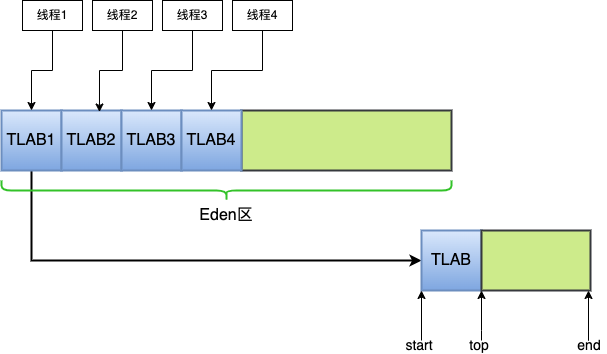
Above: java/jvm/JVM创建对象 - TLAB内部结构.drawio.png in lihongyiyi/tech-visuals (draw.io), before the change. Source tidied: cells renumbered, new cells last; positions are measured from the earlier drawing's top-left corner, leaving out a move shared by most shapes. Source of this version:
```xml
<mxGraphModel>
  <root>
    <mxCell id="0" />
    <mxCell id="1" parent="0" />
    <mxCell id="2" style="edgeStyle=orthogonalEdgeStyle;rounded=0;jettySize=auto;html=1;entryX=0;entryY=0.5;entryDx=0;entryDy=0;strokeWidth=2;" parent="1" edge="1" source="3" target="16">
      <mxGeometry relative="1" as="geometry">
        <Array as="points">
          <mxPoint x="30" y="260" />
        </Array>
      </mxGeometry>
    </mxCell>
    <mxCell id="3" value="&lt;font style=&quot;font-size: 16px;&quot;&gt;TLAB1&lt;/font&gt;" style="rounded=0;whiteSpace=wrap;html=1;fillColor=#dae8fc;strokeColor=#6c8ebf;strokeWidth=2;gradientColor=#7ea6e0;" parent="1" vertex="1">
      <mxGeometry y="110" width="60" height="60" as="geometry" />
    </mxCell>
    <mxCell id="4" value="&lt;font style=&quot;font-size: 16px;&quot;&gt;TLAB2&lt;/font&gt;" style="rounded=0;whiteSpace=wrap;html=1;fillColor=#dae8fc;strokeColor=#6c8ebf;strokeWidth=2;gradientColor=#7ea6e0;" parent="1" vertex="1">
      <mxGeometry x="60" y="110" width="60" height="60" as="geometry" />
    </mxCell>
    <mxCell id="5" style="rounded=0;whiteSpace=wrap;html=1;fillColor=#cdeb8b;strokeColor=#36393d;strokeWidth=2;" parent="1" vertex="1">
      <mxGeometry x="240" y="110" width="210" height="60" as="geometry" />
    </mxCell>
    <mxCell id="6" value="&lt;font style=&quot;font-size: 16px;&quot;&gt;TLAB3&lt;/font&gt;" style="rounded=0;whiteSpace=wrap;html=1;fillColor=#dae8fc;strokeColor=#6c8ebf;strokeWidth=2;gradientColor=#7ea6e0;" parent="1" vertex="1">
      <mxGeometry x="120" y="110" width="60" height="60" as="geometry" />
    </mxCell>
    <mxCell id="7" value="&lt;font style=&quot;font-size: 16px;&quot;&gt;TLAB4&lt;/font&gt;" style="rounded=0;whiteSpace=wrap;html=1;fillColor=#dae8fc;strokeColor=#6c8ebf;strokeWidth=2;gradientColor=#7ea6e0;" parent="1" vertex="1">
      <mxGeometry x="180" y="110" width="60" height="60" as="geometry" />
    </mxCell>
    <mxCell id="8" style="edgeStyle=orthogonalEdgeStyle;rounded=0;jettySize=auto;html=1;exitX=0.5;exitY=1;exitDx=0;exitDy=0;" parent="1" edge="1" source="9">
      <mxGeometry relative="1" as="geometry">
        <mxPoint x="30" y="110" as="targetPoint" />
        <Array as="points">
          <mxPoint x="51" y="70" />
          <mxPoint x="30" y="70" />
        </Array>
      </mxGeometry>
    </mxCell>
    <mxCell id="9" value="线程1" style="rounded=0;whiteSpace=wrap;html=1;" parent="1" vertex="1">
      <mxGeometry x="21" width="60" height="30" as="geometry" />
    </mxCell>
    <mxCell id="10" style="edgeStyle=orthogonalEdgeStyle;rounded=0;jettySize=auto;html=1;entryX=0.633;entryY=0.025;entryDx=0;entryDy=0;entryPerimeter=0;" parent="1" edge="1" source="11" target="4">
      <mxGeometry relative="1" as="geometry" />
    </mxCell>
    <mxCell id="11" value="线程2" style="rounded=0;whiteSpace=wrap;html=1;" parent="1" vertex="1">
      <mxGeometry x="91" width="60" height="30" as="geometry" />
    </mxCell>
    <mxCell id="12" style="edgeStyle=orthogonalEdgeStyle;rounded=0;jettySize=auto;html=1;entryX=0.5;entryY=0;entryDx=0;entryDy=0;" parent="1" edge="1" source="13" target="6">
      <mxGeometry relative="1" as="geometry" />
    </mxCell>
    <mxCell id="13" value="线程3" style="rounded=0;whiteSpace=wrap;html=1;" parent="1" vertex="1">
      <mxGeometry x="161" width="60" height="30" as="geometry" />
    </mxCell>
    <mxCell id="14" style="edgeStyle=orthogonalEdgeStyle;rounded=0;jettySize=auto;html=1;entryX=0.5;entryY=0;entryDx=0;entryDy=0;" parent="1" edge="1" source="15" target="7">
      <mxGeometry relative="1" as="geometry" />
    </mxCell>
    <mxCell id="15" value="线程4" style="rounded=0;whiteSpace=wrap;html=1;" parent="1" vertex="1">
      <mxGeometry x="231" width="60" height="30" as="geometry" />
    </mxCell>
    <mxCell id="16" value="&lt;font style=&quot;font-size: 16px;&quot;&gt;TLAB&lt;/font&gt;" style="rounded=0;whiteSpace=wrap;html=1;fillColor=#dae8fc;strokeColor=#6c8ebf;strokeWidth=2;gradientColor=#7ea6e0;" parent="1" vertex="1">
      <mxGeometry x="420" y="230" width="60" height="60" as="geometry" />
    </mxCell>
    <mxCell id="17" style="rounded=0;whiteSpace=wrap;html=1;fillColor=#cdeb8b;strokeColor=#36393d;strokeWidth=2;" parent="1" vertex="1">
      <mxGeometry x="480" y="230" width="109" height="60" as="geometry" />
    </mxCell>
    <mxCell id="18" style="shape=curlyBracket;whiteSpace=wrap;html=1;rounded=1;labelPosition=left;verticalLabelPosition=middle;align=right;verticalAlign=middle;direction=north;size=0.5;strokeWidth=2;strokeColor=#33c229;" parent="1" vertex="1">
      <mxGeometry y="180" width="450" height="20" as="geometry" />
    </mxCell>
    <mxCell id="19" value="&lt;font style=&quot;font-size: 16px;&quot;&gt;Eden区&lt;/font&gt;" style="text;html=1;strokeColor=none;fillColor=none;align=center;verticalAlign=middle;whiteSpace=wrap;rounded=0;" parent="1" vertex="1">
      <mxGeometry x="195" y="200" width="60" height="30" as="geometry" />
    </mxCell>
    <mxCell id="20" style="edgeStyle=orthogonalEdgeStyle;rounded=0;jettySize=auto;html=1;" parent="1" edge="1" source="21" target="16">
      <mxGeometry relative="1" as="geometry">
        <Array as="points">
          <mxPoint x="420" y="290" />
          <mxPoint x="420" y="290" />
        </Array>
      </mxGeometry>
    </mxCell>
    <mxCell id="21" value="&lt;font style=&quot;font-size: 14px;&quot;&gt;start&lt;/font&gt;" style="text;html=1;strokeColor=none;fillColor=none;align=center;verticalAlign=middle;whiteSpace=wrap;rounded=0;" parent="1" vertex="1">
      <mxGeometry x="400" y="340" width="36" height="10" as="geometry" />
    </mxCell>
    <mxCell id="22" style="edgeStyle=orthogonalEdgeStyle;rounded=0;jettySize=auto;html=1;" parent="1" edge="1" source="23" target="17">
      <mxGeometry relative="1" as="geometry">
        <Array as="points">
          <mxPoint x="480" y="330" />
          <mxPoint x="480" y="330" />
        </Array>
      </mxGeometry>
    </mxCell>
    <mxCell id="23" value="&lt;font style=&quot;font-size: 14px;&quot;&gt;top&lt;/font&gt;" style="text;html=1;strokeColor=none;fillColor=none;align=center;verticalAlign=middle;whiteSpace=wrap;rounded=0;" parent="1" vertex="1">
      <mxGeometry x="460" y="340" width="36" height="10" as="geometry" />
    </mxCell>
    <mxCell id="24" value="&lt;font style=&quot;font-size: 14px;&quot;&gt;end&lt;/font&gt;" style="text;html=1;strokeColor=none;fillColor=none;align=center;verticalAlign=middle;whiteSpace=wrap;rounded=0;" parent="1" vertex="1">
      <mxGeometry x="570" y="340" width="36" height="10" as="geometry" />
    </mxCell>
    <mxCell id="25" style="edgeStyle=orthogonalEdgeStyle;rounded=0;orthogonalLoop=1;jettySize=auto;html=1;" parent="1" edge="1">
      <mxGeometry relative="1" as="geometry">
        <mxPoint x="587" y="339" as="sourcePoint" />
        <mxPoint x="587" y="290" as="targetPoint" />
        <Array as="points">
          <mxPoint x="587" y="340" />
        </Array>
      </mxGeometry>
    </mxCell>
  </root>
</mxGraphModel>
```
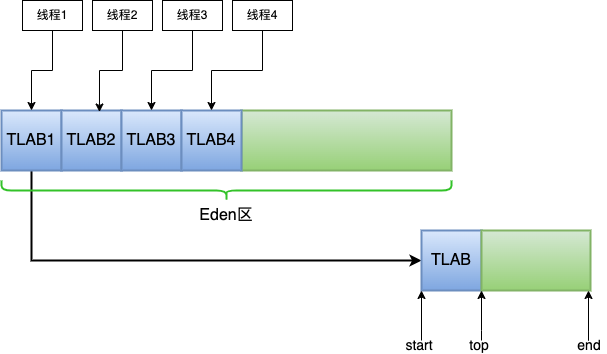
The same diagram one commit later.

Commit message:
更新JVM创建对象 - TLAB内部结构.drawio.png

The edit, as a diff of the source:
```diff
@@ -15,7 +15,7 @@
     <mxCell id="4" value="&lt;font style=&quot;font-size: 16px;&quot;&gt;TLAB2&lt;/font&gt;" style="rounded=0;whiteSpace=wrap;html=1;fillColor=#dae8fc;strokeColor=#6c8ebf;strokeWidth=2;gradientColor=#7ea6e0;" parent="1" vertex="1">
       <mxGeometry x="60" y="110" width="60" height="60" as="geometry" />
     </mxCell>
-    <mxCell id="5" style="rounded=0;whiteSpace=wrap;html=1;fillColor=#cdeb8b;strokeColor=#36393d;strokeWidth=2;" parent="1" vertex="1">
+    <mxCell id="5" style="rounded=0;whiteSpace=wrap;html=1;fillColor=#d5e8d4;strokeColor=#82b366;strokeWidth=2;gradientColor=#97d077;" parent="1" vertex="1">
       <mxGeometry x="240" y="110" width="210" height="60" as="geometry" />
     </mxCell>
     <mxCell id="6" value="&lt;font style=&quot;font-size: 16px;&quot;&gt;TLAB3&lt;/font&gt;" style="rounded=0;whiteSpace=wrap;html=1;fillColor=#dae8fc;strokeColor=#6c8ebf;strokeWidth=2;gradientColor=#7ea6e0;" parent="1" vertex="1">
@@ -57,7 +57,7 @@
     <mxCell id="16" value="&lt;font style=&quot;font-size: 16px;&quot;&gt;TLAB&lt;/font&gt;" style="rounded=0;whiteSpace=wrap;html=1;fillColor=#dae8fc;strokeColor=#6c8ebf;strokeWidth=2;gradientColor=#7ea6e0;" parent="1" vertex="1">
       <mxGeometry x="420" y="230" width="60" height="60" as="geometry" />
     </mxCell>
-    <mxCell id="17" style="rounded=0;whiteSpace=wrap;html=1;fillColor=#cdeb8b;strokeColor=#36393d;strokeWidth=2;" parent="1" vertex="1">
+    <mxCell id="17" style="rounded=0;whiteSpace=wrap;html=1;fillColor=#d5e8d4;strokeColor=#82b366;strokeWidth=2;gradientColor=#97d077;" parent="1" vertex="1">
       <mxGeometry x="480" y="230" width="109" height="60" as="geometry" />
     </mxCell>
     <mxCell id="18" style="shape=curlyBracket;whiteSpace=wrap;html=1;rounded=1;labelPosition=left;verticalLabelPosition=middle;align=right;verticalAlign=middle;direction=north;size=0.5;strokeWidth=2;strokeColor=#33c229;" parent="1" vertex="1">
```
